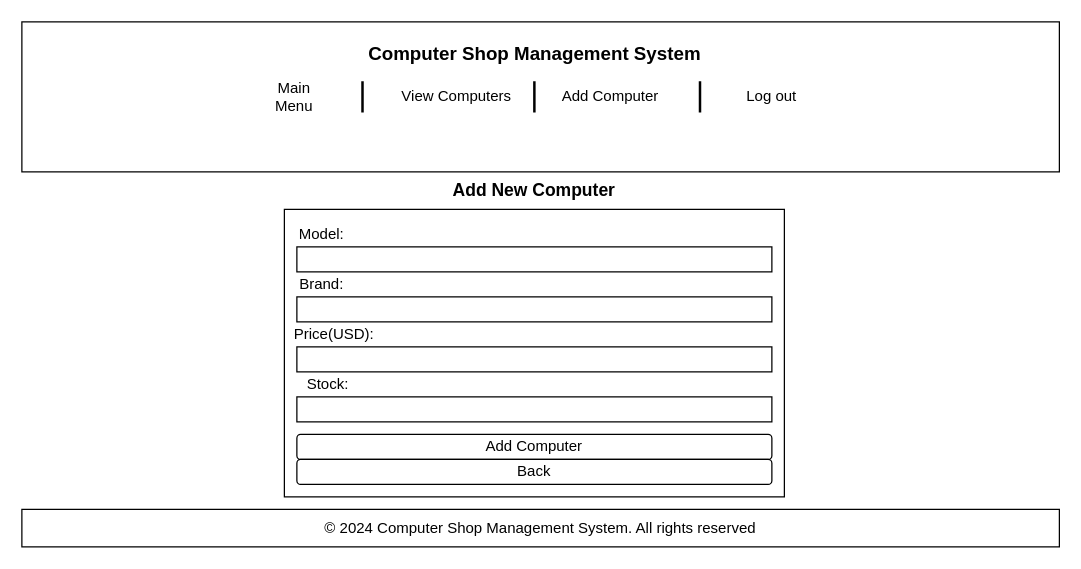
rokirokirocknroll/Miciano-WebDev-PHPFundamentals keeps this draw.io diagram as Wireframe.drawio. Above is the earlier version. Source tidied: cells renumbered, new cells numbered last; positions are measured from the earlier drawing's top-left corner, leaving out a move shared by most shapes. Both pictures are drawn from the tidied source at 125%, with x=0, y=0 at pixel (21, 21).
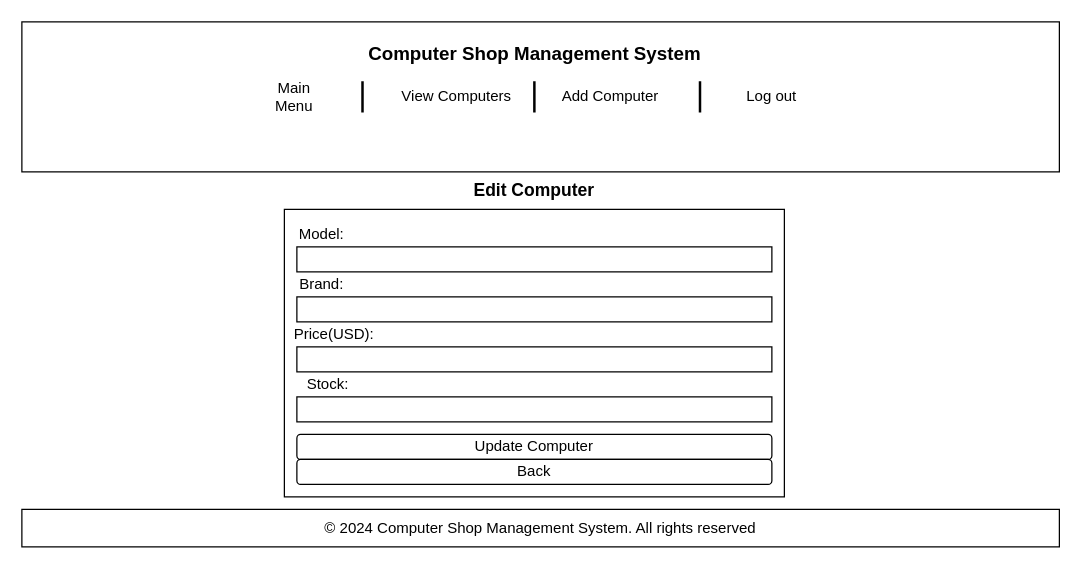
The same diagram, later.

Change to the diagram source:
```diff
@@
-    <mxCell id="12" value="Add New Computer" style="text;html=1;align=center;verticalAlign=middle;whiteSpace=wrap;rounded=0;fontStyle=1;fontSize=14;" parent="1" vertex="1">
+    <mxCell id="12" value="Edit Computer" style="text;html=1;align=center;verticalAlign=middle;whiteSpace=wrap;rounded=0;fontStyle=1;fontSize=14;" parent="1" vertex="1">
       <mxGeometry x="340" y="120" width="140" height="30" as="geometry" />
     </mxCell>
@@
-    <mxCell id="18" value="Add Computer" style="rounded=1;whiteSpace=wrap;html=1;" parent="1" vertex="1">
+    <mxCell id="18" value="Update Computer" style="rounded=1;whiteSpace=wrap;html=1;" parent="1" vertex="1">
       <mxGeometry x="220" y="330" width="380" height="20" as="geometry" />
     </mxCell>
```
